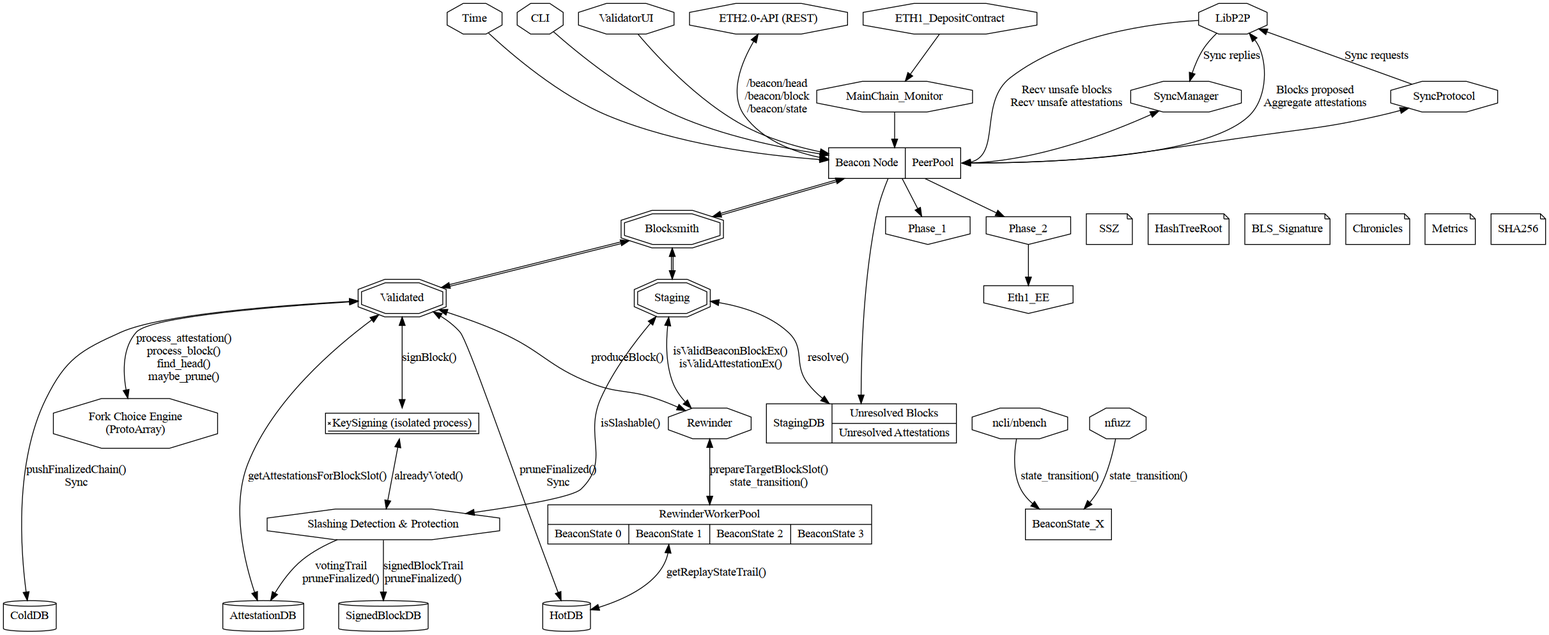
This is architecture_phase0.png from mratsim/blocksmith, a Graphviz export, as it was before one commit. Its source is kept beside it as architecture_phase0.dot. The source it was exported from:
```dot
digraph architecture{
  node [shape = signature]; KeySigning [label="KeySigning (isolated process)"];
  node [shape = octagon]; SyncManager SyncProtocol MainChain_Monitor Time CLI ValidatorUI Slashing LibP2P ETH2_API ncli nfuzz Rewinder ForkChoice;
  ETH2_API [label="ETH2.0-API (REST)"];
  Slashing [label="Slashing Detection & Protection"];
  ForkChoice [label="Fork Choice Engine\n(ProtoArray)"];
  {rank = source; ETH1_DepositContract LibP2P ETH2_API CLI Time ValidatorUI;}

  node [shape = record] BeaconNode;
  BeaconNode [label="<nbc>Beacon Node | <PeerPool>PeerPool"]

  ncli [label="ncli/nbench"];
  {rank = same; ncli; nfuzz;}

  node [shape = doubleoctagon]; Blocksmith Staging Validated;
  node [shape = invhouse]; Phase_1 Phase_2 Eth1_EE;
  node [shape = note] SSZ HashTreeRoot BLS_Signature Chronicles Metrics SHA256
  {rank = same; Blocksmith Phase_1 Phase_2 SSZ HashTreeRoot BLS_Signature Chronicles Metrics SHA256;}

  BeaconNode -> Phase_1
  BeaconNode -> Phase_2
  Phase_2 -> Eth1_EE

  node [shape = record]; StagingDB;
  StagingDB [label="StagingDB | {Unresolved Blocks | Unresolved Attestations}"];

  node [shape = record]; RewinderWorkerPool;
  node [shape = box]; BeaconState_X;

  RewinderWorkerPool [label="{RewinderWorkerPool | {<bs0>BeaconState 0|<bs1>BeaconState 1|<bs2>BeaconState 2|<bs3>BeaconState 3}}"];
  {rank = same; RewinderWorkerPool BeaconState_X;}

  node [shape = cylinder]; AttestationDB HotDB ColdDB;
  {rank = sink; AttestationDB SignedBlockDB HotDB ColdDB;}

  {rank = same; MainChain_Monitor SyncManager SyncProtocol;}
  ETH1_DepositContract -> MainChain_Monitor
  MainChain_Monitor -> BeaconNode

  SyncManager -> BeaconNode:PeerPool [dir=both]
  SyncProtocol -> BeaconNode:PeerPool [dir=both]

  CLI -> BeaconNode
  ValidatorUI -> BeaconNode
  Time -> BeaconNode
  BeaconNode -> Blocksmith [dir=both color="black:black"]
  BeaconNode -> StagingDB
  Blocksmith -> Staging [dir=both color="black:black"]
  Blocksmith -> Validated [dir=both color="black:black"]
  Staging -> StagingDB [dir=both label="resolve()"]

  ncli -> BeaconState_X [label="state_transition()"]
  nfuzz -> BeaconState_X [label="state_transition()"]

  SyncProtocol -> LibP2P [label="Sync requests"]
  LibP2P -> SyncManager [label="Sync replies"]

  LibP2P -> BeaconNode:PeerPool [label="Recv unsafe blocks\nRecv unsafe attestations"]
  BeaconNode:PeerPool -> LibP2P [label="Blocks proposed\nAggregate attestations"]
  ETH2_API -> BeaconNode [dir="both", label="/beacon/head\n/beacon/block\n/beacon/state"]

  Validated -> ForkChoice [dir="both", label="process_attestation()\nprocess_block()\nfind_head()\nmaybe_prune()"]

  Staging -> Slashing [dir="both", label="isSlashable()"]
  Validated -> KeySigning [dir="both", label="signBlock()"]
  KeySigning -> Slashing [dir="both", label="alreadyVoted()"]
  Slashing -> AttestationDB [label="votingTrail\npruneFinalized()"]
  Slashing -> SignedBlockDB [label="signedBlockTrail\npruneFinalized()"]
  Validated -> AttestationDB [dir="both", label="getAttestationsForBlockSlot()"]

  Validated -> HotDB [dir="both", label="pruneFinalized()\nSync"]

  Rewinder -> RewinderWorkerPool [dir="both", label="prepareTargetBlockSlot()\nstate_transition()"]
  RewinderWorkerPool:bs1 -> HotDB [dir="both", label="getReplayStateTrail()"]

  Staging -> Rewinder [dir="both", label="isValidBeaconBlockEx()\nisValidAttestationEx()"]
  Validated -> Rewinder [dir="both", label="produceBlock()"]


  Validated -> ColdDB [dir="both", label="pushFinalizedChain()\nSync"]
}
```
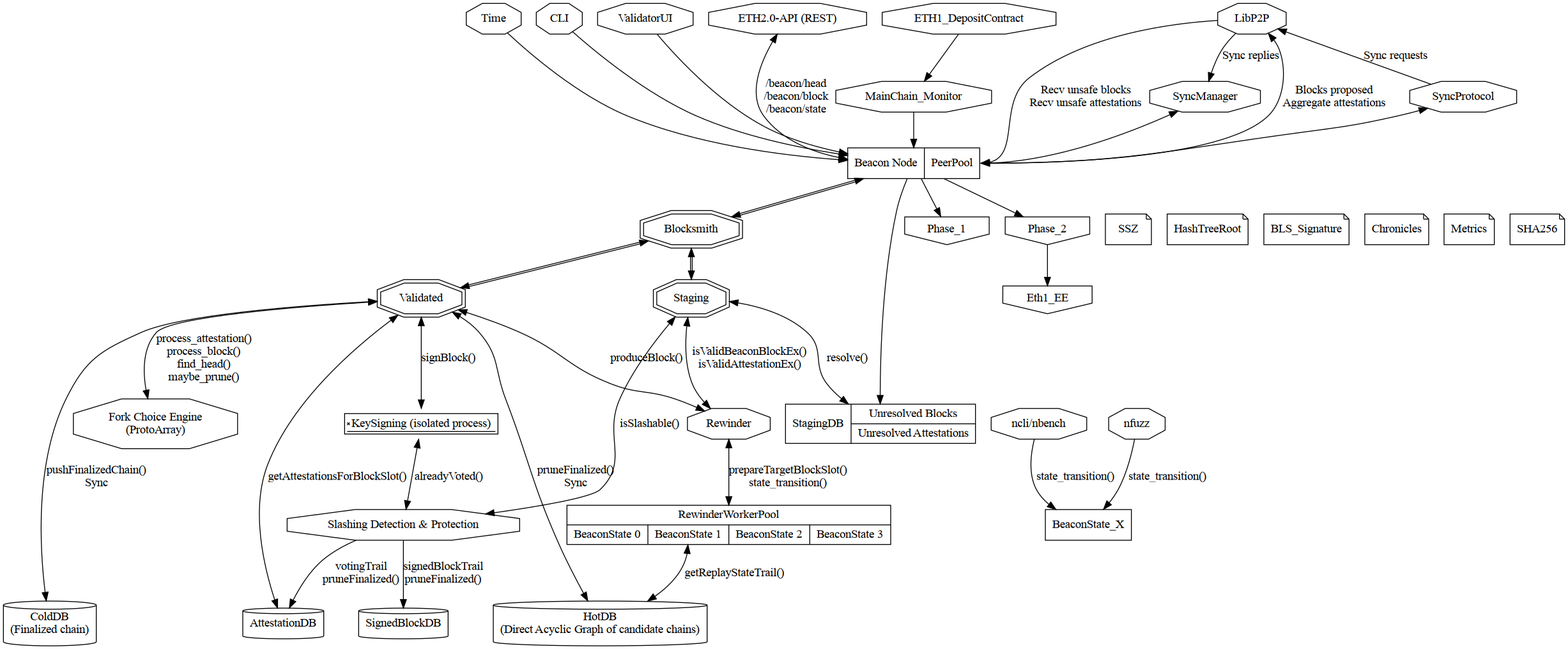
The same diagram one commit later.

The edit, as a diff of the source:
```diff
@@ -32,6 +32,8 @@
 
   node [shape = cylinder]; AttestationDB HotDB ColdDB;
   {rank = sink; AttestationDB SignedBlockDB HotDB ColdDB;}
+  HotDB [label="HotDB\n(Direct Acyclic Graph of candidate chains)"]
+  ColdDB [label="ColdDB\n(Finalized chain)"]
 
   {rank = same; MainChain_Monitor SyncManager SyncProtocol;}
   ETH1_DepositContract -> MainChain_Monitor
```
